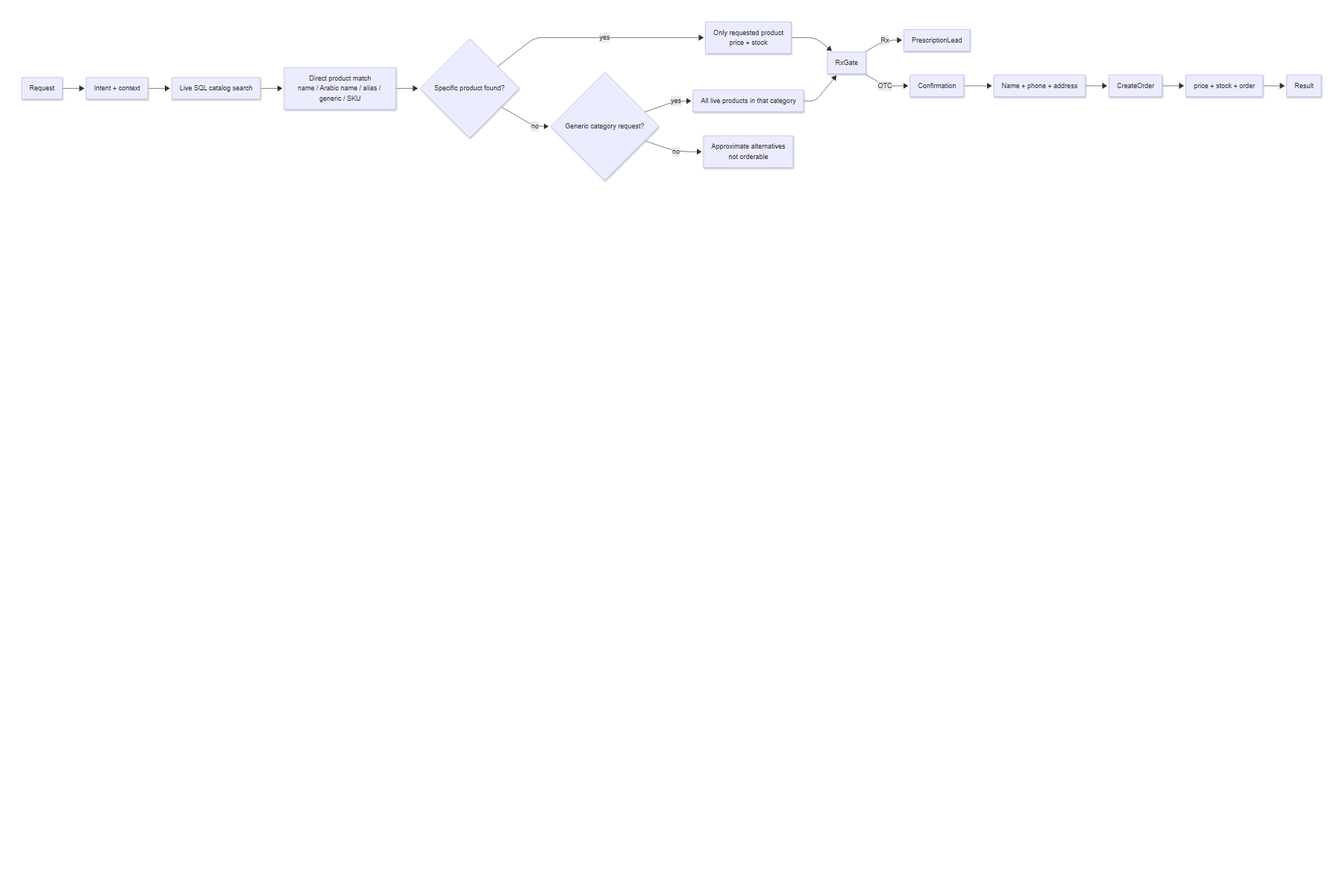
Before: docs/diagrams/order.png, a diagram exported from Mermaid (RowanFayez/ShifaPharmacy_AISales_CustomerServiceAgent). Its source is kept beside it as docs/diagrams/order.mmd.
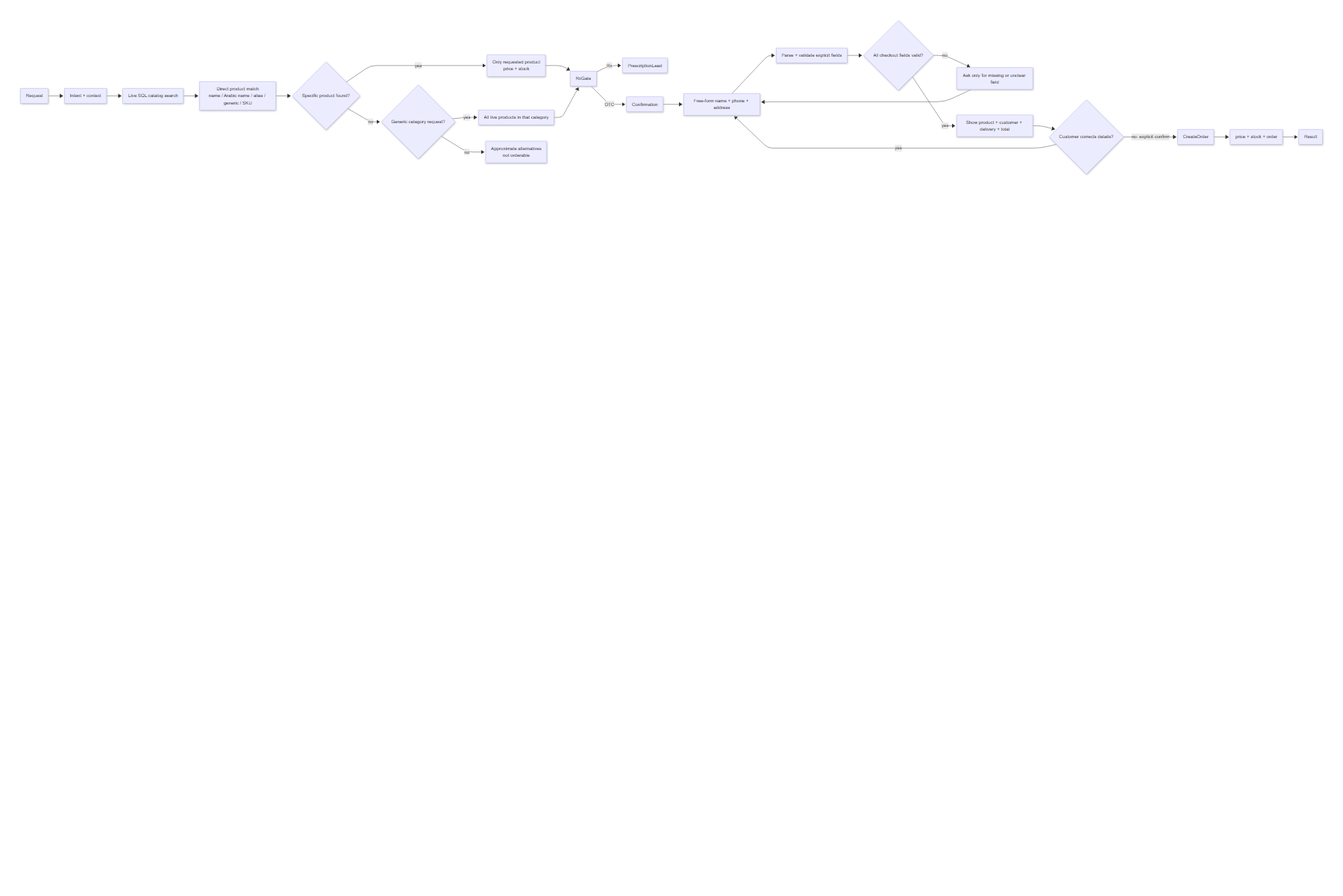
The same file after the commit.

Commit message:
Enhance checkout process with detailed

The edit, as a diff of the source:
```diff
@@ -10,5 +10,13 @@
   Product --> RxGate
   Products --> RxGate
   RxGate -- Rx --> PrescriptionLead
-  RxGate -- OTC --> Confirmation --> Details[Name + phone + address]
-  Details --> CreateOrder --> Transaction[price + stock + order] --> Result
+  RxGate -- OTC --> Confirmation --> Details[Free-form name + phone + address]
+  Details --> Extract[Parse + validate explicit fields]
+  Extract --> Complete{All checkout fields valid?}
+  Complete -- no --> Ask[Ask only for missing or unclear field]
+  Ask --> Details
+  Complete -- yes --> Review[Show product + customer + delivery + total]
+  Review --> Correction{Customer corrects details?}
+  Correction -- yes --> Details
+  Correction -- no: explicit confirm --> CreateOrder
+  CreateOrder --> Transaction[price + stock + order] --> Result
```
